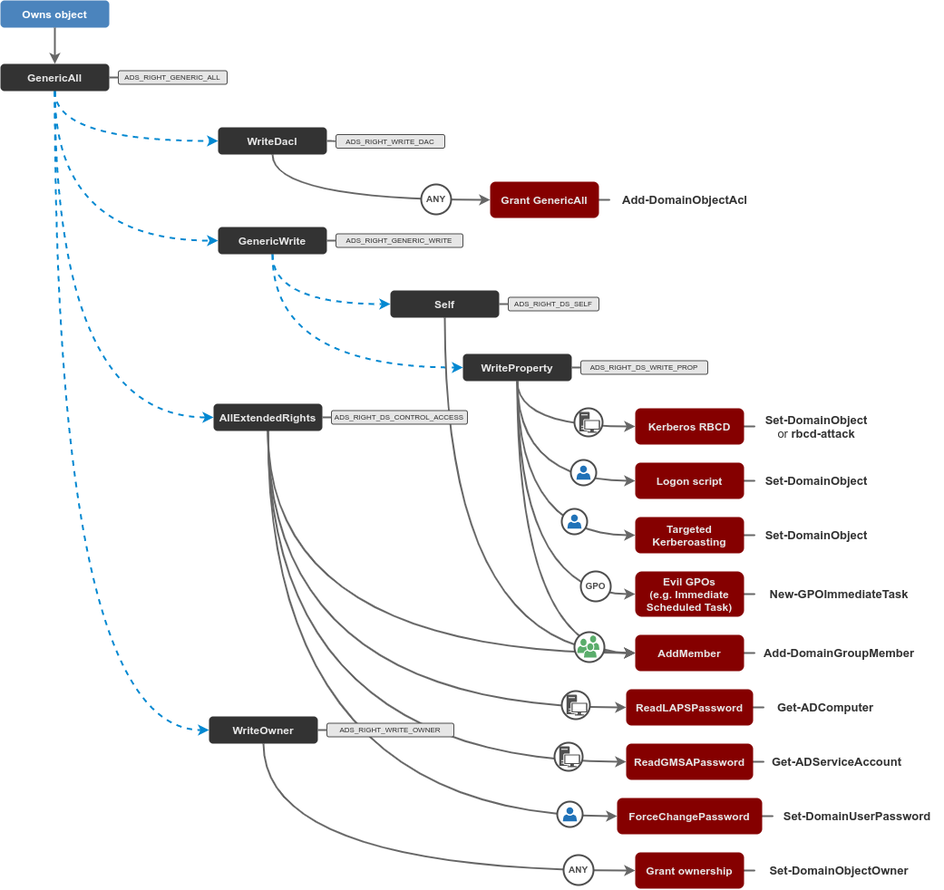
Above: .gitbook/assets/abusing-aces.png in The-Hacker-Recipes/The-Hacker-Recipes (draw.io), before the change. Source tidied: cells renumbered, new cells last; positions are measured from the earlier drawing's top-left corner, leaving out a move shared by most shapes.
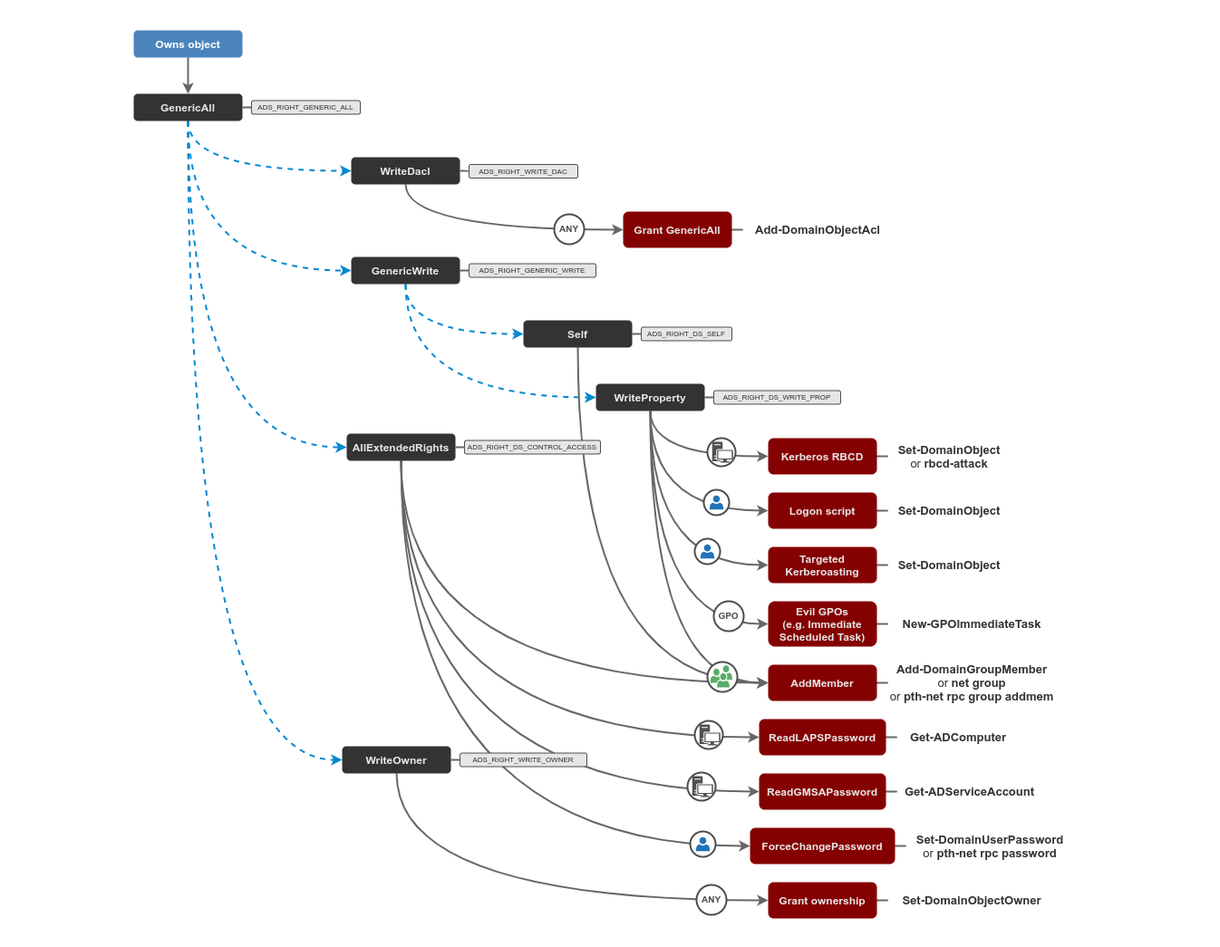
Later version of the same file.

Commit message:
GitBook: [master] no pages and one asset modified

Diff of the diagram source:
```diff
@@ -2,6 +2,9 @@
   <root>
     <mxCell id="0" />
     <mxCell id="1" parent="0" />
+    <mxCell id="110" style="rounded=0;whiteSpace=wrap;html=1;strokeWidth=2;fillColor=#FFFFFF;fontSize=10;fontColor=#4D4D4D;strokeColor=none;" parent="1" vertex="1">
+      <mxGeometry x="-146" y="-32" width="1344" height="1043" as="geometry" />
+    </mxCell>
     <mxCell id="2" style="edgeStyle=orthogonalEdgeStyle;curved=1;rounded=0;jettySize=auto;html=1;strokeColor=#666666;strokeWidth=2;fontColor=#E6E6E6;exitX=0.5;exitY=1;exitDx=0;exitDy=0;entryX=0;entryY=0.5;entryDx=0;entryDy=0;" parent="1" edge="1" source="59" target="27">
       <mxGeometry relative="1" as="geometry" />
     </mxCell>
@@ -194,10 +197,10 @@
     <mxCell id="65" style="edgeStyle=orthogonalEdgeStyle;curved=1;rounded=0;jettySize=auto;html=1;exitX=1;exitY=0.5;exitDx=0;exitDy=0;strokeColor=#666666;strokeWidth=2;fontColor=#E6E6E6;endArrow=none;endFill=0;entryX=0;entryY=0.5;entryDx=0;entryDy=0;" parent="62" edge="1" source="63" target="64">
       <mxGeometry relative="1" as="geometry" />
     </mxCell>
-    <mxCell id="66" value="Add-DomainGroupMember" style="text;html=1;strokeColor=none;fillColor=none;align=center;verticalAlign=middle;whiteSpace=wrap;rounded=0;fontSize=13;fontColor=#333333;fontStyle=1;" parent="1" vertex="1">
+    <mxCell id="66" value="Add-DomainGroupMember&lt;br&gt;&lt;span style=&quot;font-weight: normal&quot;&gt;or &lt;/span&gt;net group&lt;br&gt;&lt;span style=&quot;font-weight: normal&quot;&gt;or&lt;/span&gt;&amp;nbsp;pth-net rpc group addmem" style="text;html=1;strokeColor=none;fillColor=none;align=center;verticalAlign=middle;whiteSpace=wrap;rounded=0;fontSize=13;fontColor=#333333;fontStyle=1;" parent="1" vertex="1">
       <mxGeometry x="830" y="710" width="190" height="20" as="geometry" />
     </mxCell>
-    <mxCell id="67" value="Set-DomainUserPassword" style="text;html=1;strokeColor=none;fillColor=none;align=center;verticalAlign=middle;whiteSpace=wrap;rounded=0;fontSize=13;fontColor=#333333;fontStyle=1;" parent="1" vertex="1">
+    <mxCell id="67" value="Set-DomainUserPassword&lt;br&gt;&lt;span style=&quot;font-weight: normal&quot;&gt;or&lt;/span&gt;&amp;nbsp;&lt;span&gt;pth-net rpc password&lt;/span&gt;" style="text;html=1;strokeColor=none;fillColor=none;align=center;verticalAlign=middle;whiteSpace=wrap;rounded=0;fontSize=13;fontColor=#333333;fontStyle=1;" parent="1" vertex="1">
       <mxGeometry x="850" y="890" width="190" height="20" as="geometry" />
     </mxCell>
     <mxCell id="68" value="Set-DomainObject" style="text;html=1;strokeColor=none;fillColor=none;align=center;verticalAlign=middle;whiteSpace=wrap;rounded=0;fontSize=13;fontColor=#333333;fontStyle=1;" parent="1" vertex="1">
```
